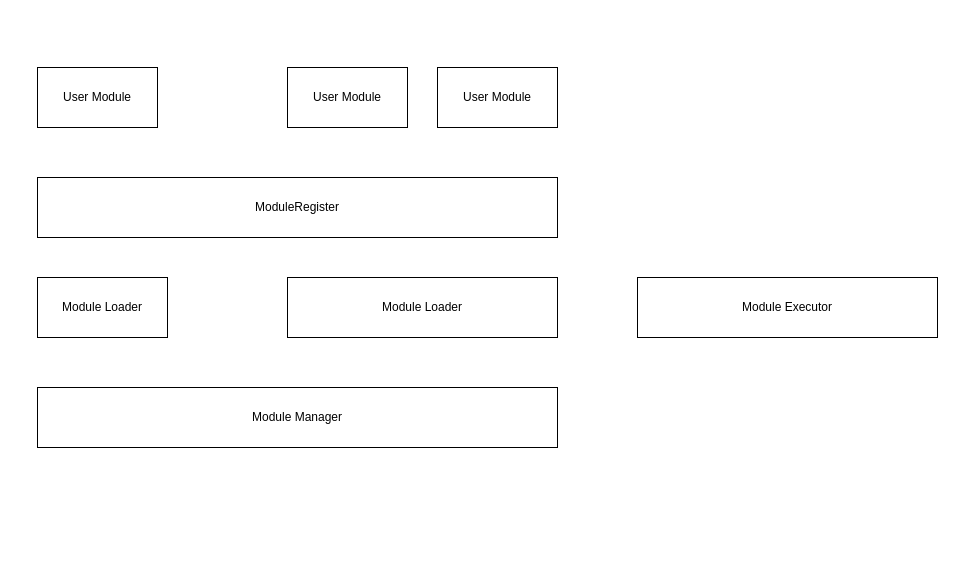
ISSuh/link keeps this draw.io diagram as page "module" (2 of 2) of doc/arch.drawio. Above is the earlier version. Source tidied: cells renumbered, new cells numbered last; positions are measured from the earlier drawing's top-left corner, leaving out a move shared by most shapes. Both pictures are drawn from the tidied source at 100%, with x=0, y=0 at pixel (37, 67).
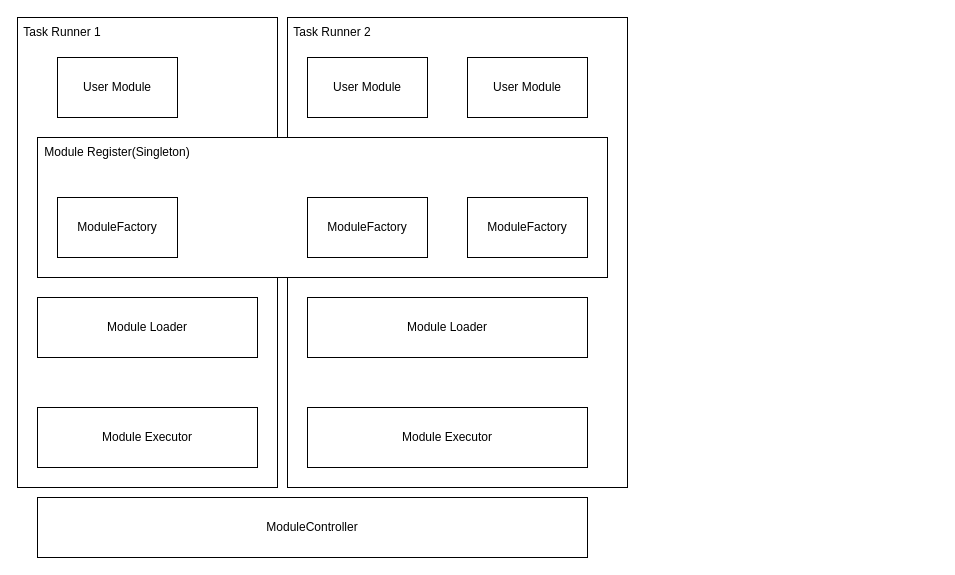
After the change.

Change to the diagram source:
```diff
@@
 <mxGraphModel>
   <root>
     <mxCell id="0" />
     <mxCell id="1" parent="0" />
+    <mxCell id="10" style="rounded=0;whiteSpace=wrap;html=1;" parent="1" vertex="1">
+      <mxGeometry x="-20" y="-50" width="260" height="470" as="geometry" />
+    </mxCell>
+    <mxCell id="11" style="rounded=0;whiteSpace=wrap;html=1;" parent="1" vertex="1">
+      <mxGeometry x="250" y="-50" width="340" height="470" as="geometry" />
+    </mxCell>
     <mxCell id="2" value="User Module" style="rounded=0;whiteSpace=wrap;html=1;" parent="1" vertex="1">
-      <mxGeometry width="120" height="60" as="geometry" />
+      <mxGeometry x="20" y="-10" width="120" height="60" as="geometry" />
     </mxCell>
     <mxCell id="3" value="User Module" style="rounded=0;whiteSpace=wrap;html=1;" parent="1" vertex="1">
-      <mxGeometry x="250" width="120" height="60" as="geometry" />
+      <mxGeometry x="270" y="-10" width="120" height="60" as="geometry" />
     </mxCell>
-    <mxCell id="4" value="ModuleRegister" style="rounded=0;whiteSpace=wrap;html=1;" parent="1" vertex="1">
-      <mxGeometry y="110" width="520" height="60" as="geometry" />
-    </mxCell>
     <mxCell id="5" value="Module Loader" style="rounded=0;whiteSpace=wrap;html=1;" parent="1" vertex="1">
-      <mxGeometry y="210" width="130" height="60" as="geometry" />
+      <mxGeometry y="230" width="220" height="60" as="geometry" />
     </mxCell>
     <mxCell id="6" value="User Module" style="rounded=0;whiteSpace=wrap;html=1;" parent="1" vertex="1">
-      <mxGeometry x="400" width="120" height="60" as="geometry" />
+      <mxGeometry x="430" y="-10" width="120" height="60" as="geometry" />
     </mxCell>
     <mxCell id="7" value="Module Loader" style="rounded=0;whiteSpace=wrap;html=1;" parent="1" vertex="1">
-      <mxGeometry x="250" y="210" width="270" height="60" as="geometry" />
+      <mxGeometry x="270" y="230" width="280" height="60" as="geometry" />
     </mxCell>
-    <mxCell id="8" value="Module Manager" style="rounded=0;whiteSpace=wrap;html=1;" parent="1" vertex="1">
-      <mxGeometry y="320" width="520" height="60" as="geometry" />
+    <mxCell id="8" value="&lt;span&gt;ModuleController&lt;br&gt;&lt;/span&gt;" style="rounded=0;whiteSpace=wrap;html=1;" parent="1" vertex="1">
+      <mxGeometry y="430" width="550" height="60" as="geometry" />
     </mxCell>
-    <mxCell id="9" value="Module Executor" style="rounded=0;whiteSpace=wrap;html=1;" parent="1" vertex="1">
-      <mxGeometry x="600" y="210" width="300" height="60" as="geometry" />
+    <mxCell id="9" value="Module Executor" style="rounded=0;whiteSpace=wrap;html=1;fontStyle=0;" parent="1" vertex="1">
+      <mxGeometry y="340" width="220" height="60" as="geometry" />
     </mxCell>
+    <mxCell id="12" style="rounded=0;whiteSpace=wrap;html=1;" parent="1" vertex="1">
+      <mxGeometry y="70" width="570" height="140" as="geometry" />
+    </mxCell>
+    <mxCell id="13" value="ModuleFactory" style="rounded=0;whiteSpace=wrap;html=1;" parent="1" vertex="1">
+      <mxGeometry x="20" y="130" width="120" height="60" as="geometry" />
+    </mxCell>
+    <mxCell id="14" value="ModuleFactory" style="rounded=0;whiteSpace=wrap;html=1;" parent="1" vertex="1">
+      <mxGeometry x="270" y="130" width="120" height="60" as="geometry" />
+    </mxCell>
+    <mxCell id="15" value="ModuleFactory" style="rounded=0;whiteSpace=wrap;html=1;" parent="1" vertex="1">
+      <mxGeometry x="430" y="130" width="120" height="60" as="geometry" />
+    </mxCell>
+    <mxCell id="16" value="Module Register(Singleton)" style="text;html=1;strokeColor=none;fillColor=none;align=center;verticalAlign=middle;whiteSpace=wrap;rounded=0;" parent="1" vertex="1">
+      <mxGeometry y="70" width="160" height="30" as="geometry" />
+    </mxCell>
+    <mxCell id="17" value="Module Executor" style="rounded=0;whiteSpace=wrap;html=1;fontStyle=0;" parent="1" vertex="1">
+      <mxGeometry x="270" y="340" width="280" height="60" as="geometry" />
+    </mxCell>
+    <mxCell id="18" value="Task Runner 1" style="text;html=1;strokeColor=none;fillColor=none;align=center;verticalAlign=middle;whiteSpace=wrap;rounded=0;" parent="1" vertex="1">
+      <mxGeometry x="-20" y="-50" width="90" height="30" as="geometry" />
+    </mxCell>
+    <mxCell id="19" value="Task Runner 2" style="text;html=1;strokeColor=none;fillColor=none;align=center;verticalAlign=middle;whiteSpace=wrap;rounded=0;" parent="1" vertex="1">
+      <mxGeometry x="250" y="-50" width="90" height="30" as="geometry" />
+    </mxCell>
   </root>
 </mxGraphModel>
```
